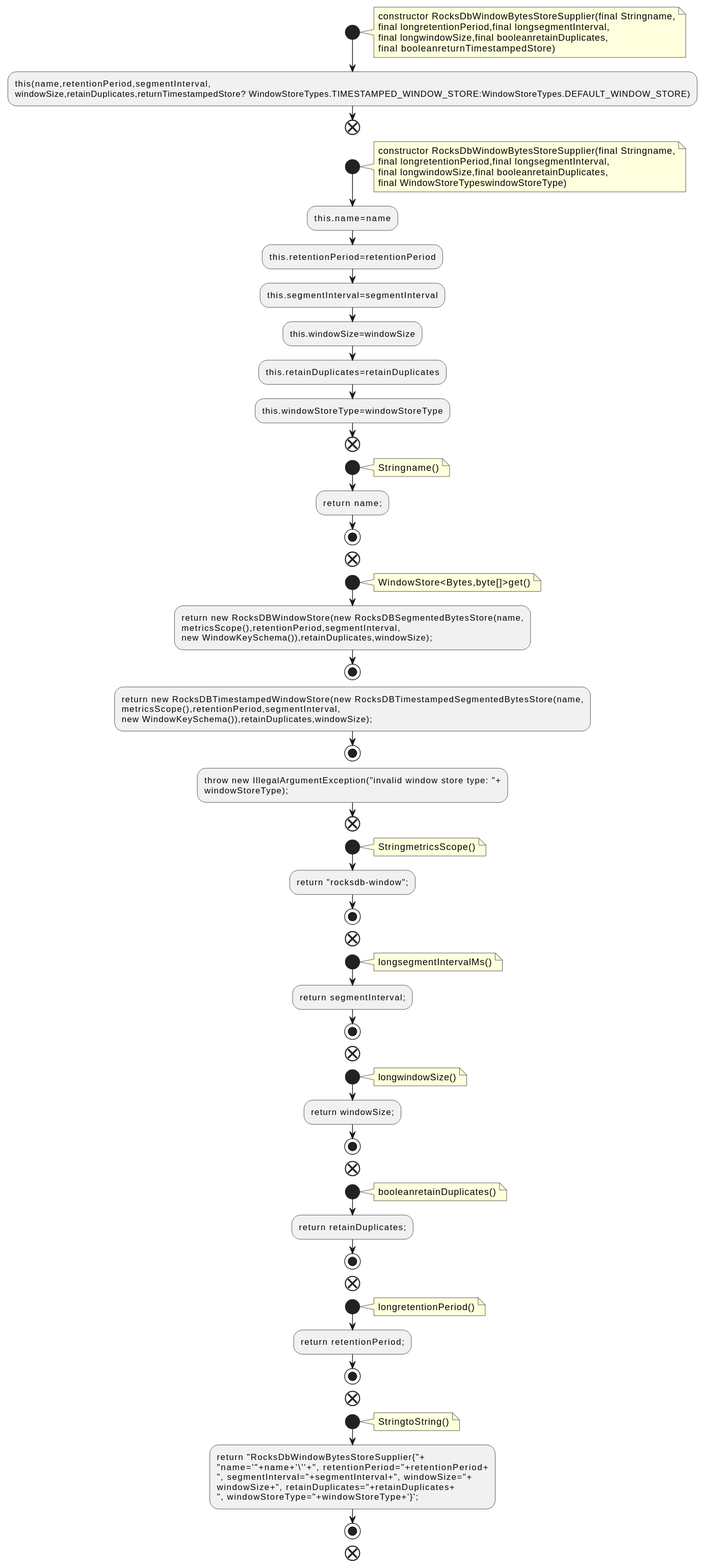
The PlantUML diagram docs/qc/streams/src/main/java/org/apache/kafka/streams/state/internals/RocksDbWindowBytesStoreSupplier.java.fct.svg in qualitesys/kafka, before a commit.
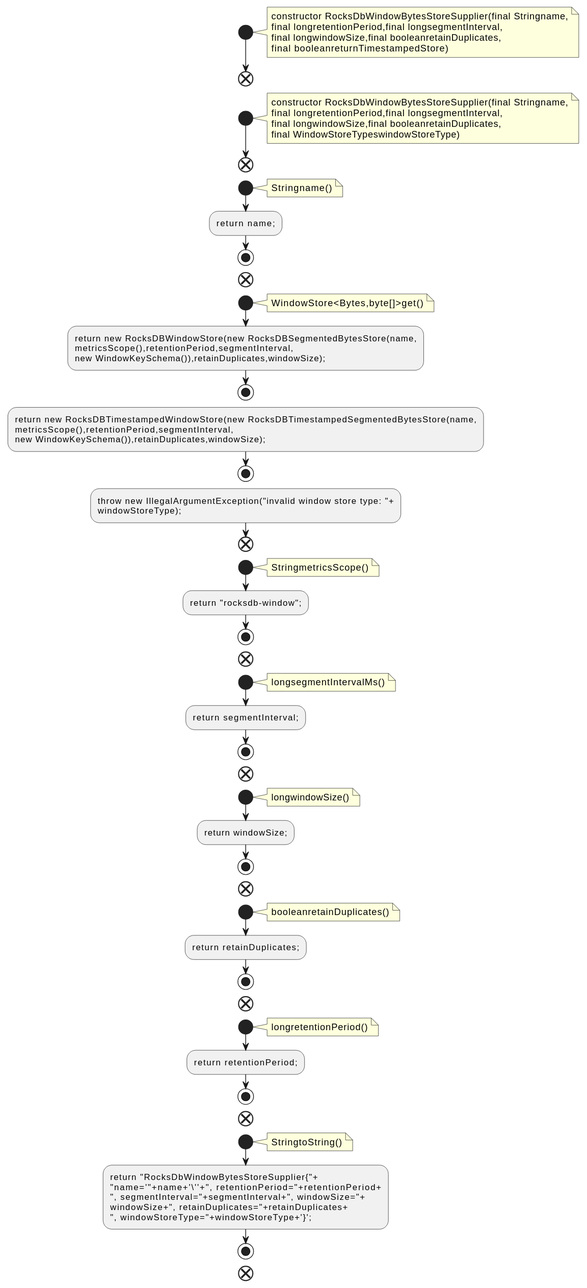
The same file after the commit.

Change to the diagram source:
```diff
@@ -7,8 +7,6 @@
 final longwindowSize,final booleanretainDuplicates,
 final booleanreturnTimestampedStore)
 end note
-:this(name,retentionPeriod,segmentInterval,
-windowSize,retainDuplicates,returnTimestampedStore? WindowStoreTypes.TIMESTAMPED_WINDOW_STORE:WindowStoreTypes.DEFAULT_WINDOW_STORE);
 end
 start
 note right
@@ -17,12 +15,6 @@
 final longwindowSize,final booleanretainDuplicates,
 final WindowStoreTypeswindowStoreType)
 end note
-:this.name=name;
-:this.retentionPeriod=retentionPeriod;
-:this.segmentInterval=segmentInterval;
-:this.windowSize=windowSize;
-:this.retainDuplicates=retainDuplicates;
-:this.windowStoreType=windowStoreType;
 end
 start
 note right
```
